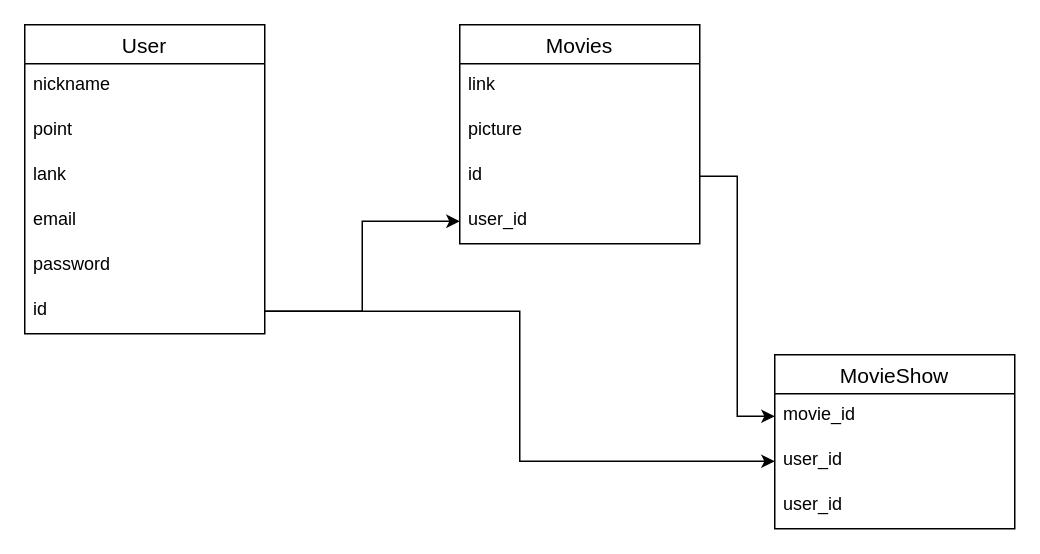
Before: database.dio in runba3011/tizer_system, a draw.io diagram. Source tidied: cells renumbered, new cells numbered last; positions are measured from the earlier drawing's top-left corner, leaving out a move shared by most shapes. Both pictures are drawn from the tidied source at 150%, with x=0, y=0 at pixel (24, 24).
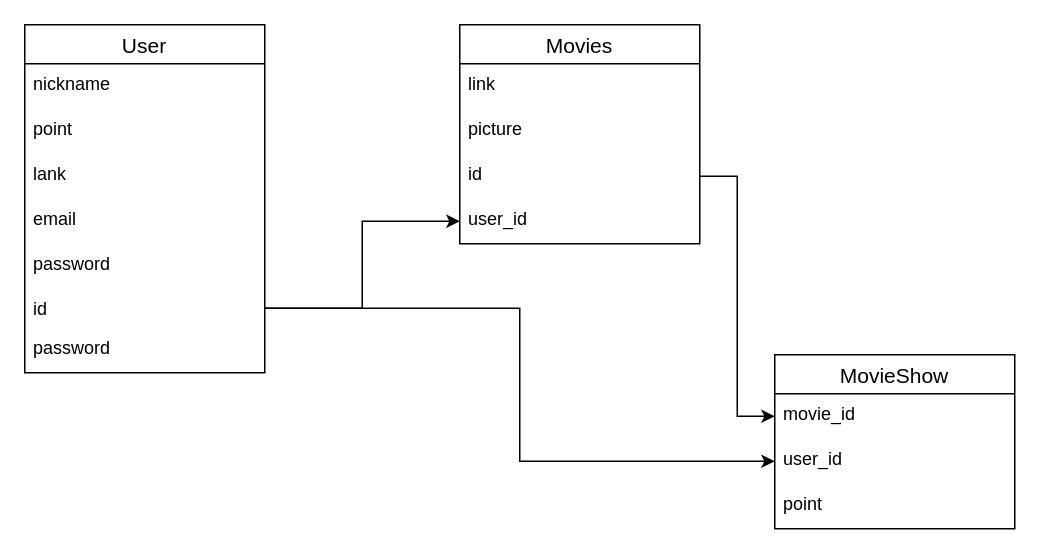
The same diagram, later.

Commit message:
データベース設計の修正

The change refers to these unchanged cells:
```xml
<mxCell id="14" value="MovieShow" style="swimlane;fontStyle=0;horizontal=1;startSize=26;align=center;fontSize=14;" parent="1" vertex="1">
  <mxGeometry x="500" y="220" width="160" height="116" as="geometry" />
</mxCell>
```

Diff of the diagram source:
```diff
@@
     <mxCell id="2" value="User" style="swimlane;fontStyle=0;horizontal=1;startSize=26;align=center;fontSize=14;" parent="1" vertex="1">
-      <mxGeometry width="160" height="206" as="geometry" />
+      <mxGeometry width="160" height="232" as="geometry" />
     </mxCell>
@@
     <mxCell id="8" value="id" style="text;strokeColor=none;fillColor=none;spacingLeft=4;spacingRight=4;overflow=hidden;points=[[0,0.5],[1,0.5]];portConstraint=eastwest;fontSize=12;" parent="2" vertex="1">
-      <mxGeometry y="176" width="160" height="30" as="geometry" />
+      <mxGeometry y="176" width="160" height="26" as="geometry" />
     </mxCell>
+    <mxCell id="21" value="password" style="text;strokeColor=none;fillColor=none;spacingLeft=4;spacingRight=4;overflow=hidden;fontSize=12;" parent="2" vertex="1">
+      <mxGeometry y="202" width="160" height="30" as="geometry" />
+    </mxCell>
@@
-    <mxCell id="17" value="user_id" style="text;strokeColor=none;fillColor=none;spacingLeft=4;spacingRight=4;overflow=hidden;fontSize=12;" parent="14" vertex="1">
+    <mxCell id="17" value="point" style="text;strokeColor=none;fillColor=none;spacingLeft=4;spacingRight=4;overflow=hidden;fontSize=12;" parent="14" vertex="1">
       <mxGeometry y="86" width="160" height="30" as="geometry" />
     </mxCell>
```
